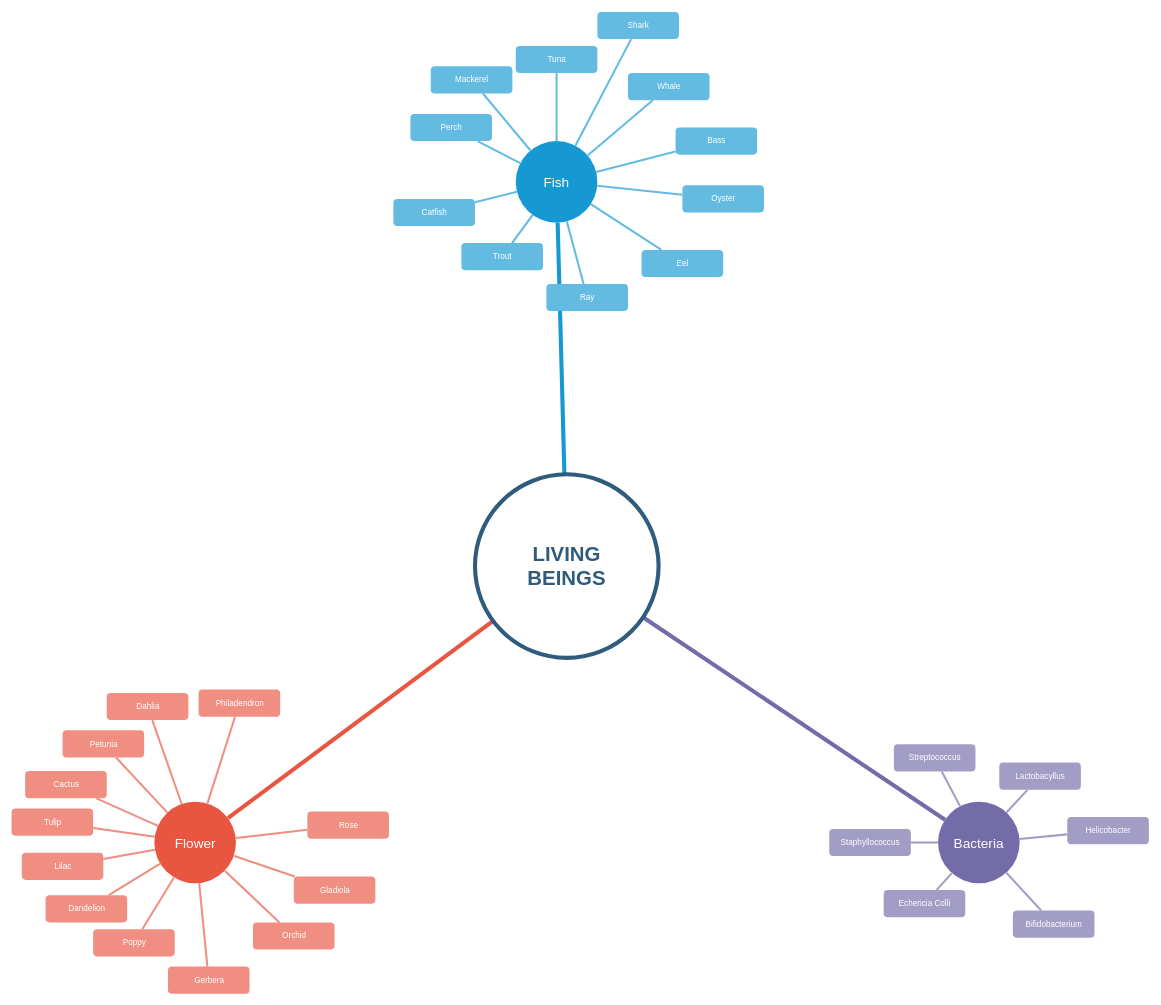
SebastianFGarcia/SebastianFGarcia keeps this draw.io diagram as Untitled Diagram.drawio. Above is the earlier version. Source tidied: cells renumbered, new cells numbered last; positions are measured from the earlier drawing's top-left corner, leaving out a move shared by most shapes. Both pictures are drawn from the tidied source at 68%, with x=0, y=0 at pixel (11, 12).
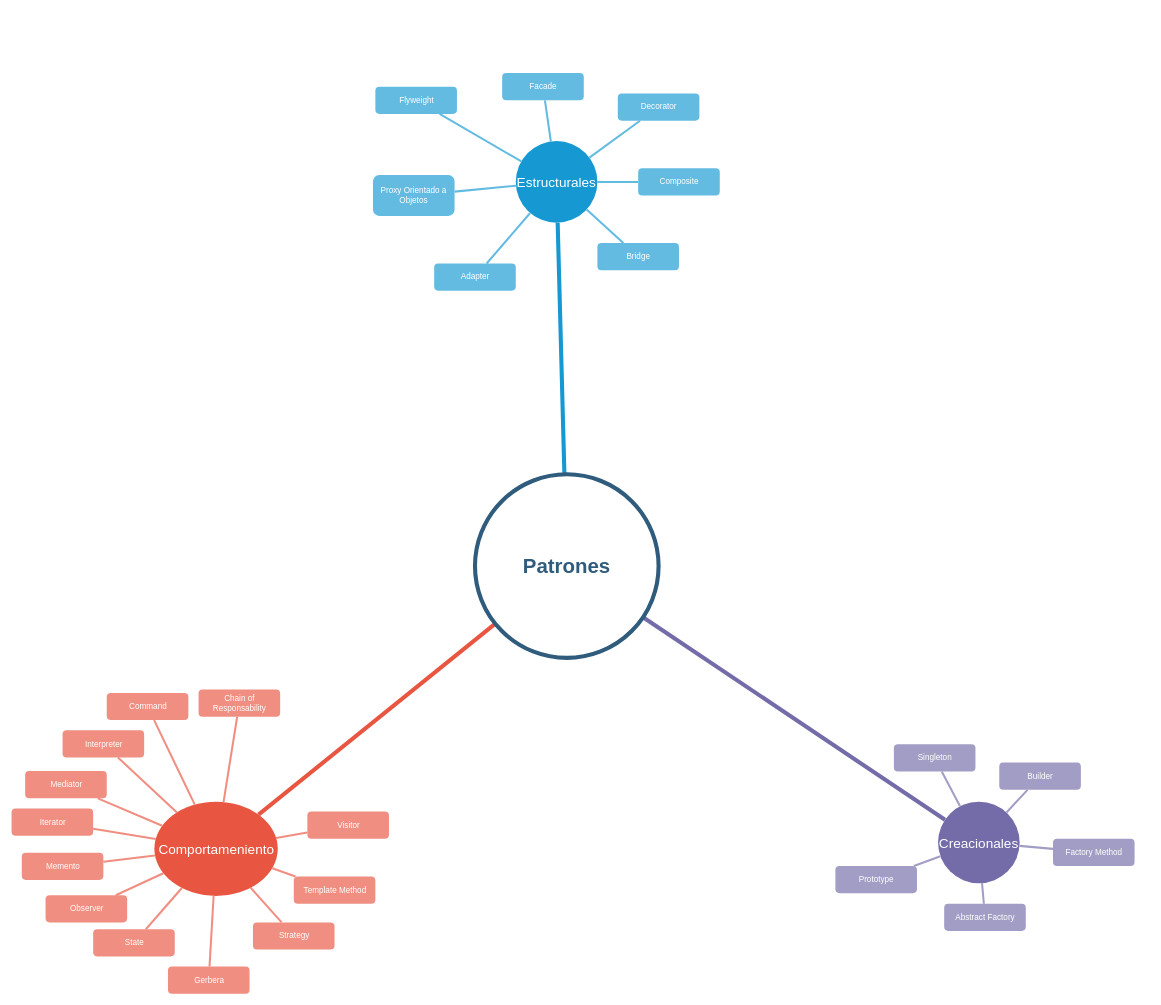
The same page after the edit.

Change to the diagram source:
```diff
@@
-    <mxCell id="2" value="Fish" style="ellipse;whiteSpace=wrap;html=1;shadow=0;fontFamily=Helvetica;fontSize=20;fontColor=#FFFFFF;align=center;strokeWidth=3;fillColor=#1699D3;strokeColor=none;" parent="1" vertex="1">
+    <mxCell id="2" value="Estructurales" style="ellipse;whiteSpace=wrap;html=1;shadow=0;fontFamily=Helvetica;fontSize=20;fontColor=#FFFFFF;align=center;strokeWidth=3;fillColor=#1699D3;strokeColor=none;" parent="1" vertex="1">
       <mxGeometry x="742" y="190" width="120" height="120" as="geometry" />
     </mxCell>
-    <mxCell id="3" value="Bacteria" style="ellipse;whiteSpace=wrap;html=1;shadow=0;fontFamily=Helvetica;fontSize=20;fontColor=#FFFFFF;align=center;strokeWidth=3;fillColor=#736ca8;strokeColor=none;" parent="1" vertex="1">
+    <mxCell id="3" value="Creacionales" style="ellipse;whiteSpace=wrap;html=1;shadow=0;fontFamily=Helvetica;fontSize=20;fontColor=#FFFFFF;align=center;strokeWidth=3;fillColor=#736ca8;strokeColor=none;" parent="1" vertex="1">
       <mxGeometry x="1363" y="1161.5" width="120" height="120" as="geometry" />
     </mxCell>
-    <mxCell id="4" value="Flower" style="ellipse;whiteSpace=wrap;html=1;shadow=0;fontFamily=Helvetica;fontSize=20;fontColor=#FFFFFF;align=center;strokeWidth=3;fillColor=#E85642;strokeColor=none;" parent="1" vertex="1">
-      <mxGeometry x="210.5" y="1161.5" width="120" height="120" as="geometry" />
+    <mxCell id="4" value="Comportameniento" style="ellipse;whiteSpace=wrap;html=1;shadow=0;fontFamily=Helvetica;fontSize=20;fontColor=#FFFFFF;align=center;strokeWidth=3;fillColor=#E85642;strokeColor=none;" parent="1" vertex="1">
+      <mxGeometry x="210.5" y="1161.5" width="181.5" height="138.5" as="geometry" />
     </mxCell>
@@
-    <mxCell id="8" value="Perch" style="rounded=1;fillColor=#64BBE2;strokeColor=none;strokeWidth=3;shadow=0;html=1;fontColor=#FFFFFF;" parent="1" vertex="1">
-      <mxGeometry x="587" y="150" width="120" height="40" as="geometry" />
-    </mxCell>
-    <mxCell id="9" value="Mackerel" style="rounded=1;fillColor=#64BBE2;strokeColor=none;strokeWidth=3;shadow=0;html=1;fontColor=#FFFFFF;" parent="1" vertex="1">
-      <mxGeometry x="617" y="80" width="120" height="40" as="geometry" />
-    </mxCell>
-    <mxCell id="10" value="Tuna" style="rounded=1;fillColor=#64BBE2;strokeColor=none;strokeWidth=3;shadow=0;html=1;fontColor=#FFFFFF;" parent="1" vertex="1">
-      <mxGeometry x="742" y="50" width="120" height="40" as="geometry" />
+    <mxCell id="10" value="Proxy Orientado a Objetos" style="rounded=1;fillColor=#64BBE2;strokeColor=none;strokeWidth=3;shadow=0;html=1;fontColor=#FFFFFF;imageAlign=center;whiteSpace=wrap;" parent="1" vertex="1">
+      <mxGeometry x="532" y="240" width="120" height="60" as="geometry" />
     </mxCell>
-    <mxCell id="11" value="Shark" style="rounded=1;fillColor=#64BBE2;strokeColor=none;strokeWidth=3;shadow=0;html=1;fontColor=#FFFFFF;" parent="1" vertex="1">
-      <mxGeometry x="862" width="120" height="40" as="geometry" />
+    <mxCell id="11" value="Flyweight" style="rounded=1;fillColor=#64BBE2;strokeColor=none;strokeWidth=3;shadow=0;html=1;fontColor=#FFFFFF;" parent="1" vertex="1">
+      <mxGeometry x="535.5" y="110" width="120" height="40" as="geometry" />
     </mxCell>
-    <mxCell id="12" value="Whale" style="rounded=1;fillColor=#64BBE2;strokeColor=none;strokeWidth=3;shadow=0;html=1;fontColor=#FFFFFF;" parent="1" vertex="1">
-      <mxGeometry x="907" y="90" width="120" height="40" as="geometry" />
+    <mxCell id="12" value="Facade" style="rounded=1;fillColor=#64BBE2;strokeColor=none;strokeWidth=3;shadow=0;html=1;fontColor=#FFFFFF;" parent="1" vertex="1">
+      <mxGeometry x="722" y="90" width="120" height="40" as="geometry" />
     </mxCell>
-    <mxCell id="13" value="Bass" style="rounded=1;fillColor=#64BBE2;strokeColor=none;strokeWidth=3;shadow=0;html=1;fontColor=#FFFFFF;" parent="1" vertex="1">
-      <mxGeometry x="977" y="170" width="120" height="40" as="geometry" />
+    <mxCell id="13" value="Decorator" style="rounded=1;fillColor=#64BBE2;strokeColor=none;strokeWidth=3;shadow=0;html=1;fontColor=#FFFFFF;" parent="1" vertex="1">
+      <mxGeometry x="892" y="120" width="120" height="40" as="geometry" />
     </mxCell>
-    <mxCell id="14" value="Eel" style="rounded=1;fillColor=#64BBE2;strokeColor=none;strokeWidth=3;shadow=0;html=1;fontColor=#FFFFFF;" parent="1" vertex="1">
-      <mxGeometry x="927" y="350" width="120" height="40" as="geometry" />
+    <mxCell id="14" value="Bridge" style="rounded=1;fillColor=#64BBE2;strokeColor=none;strokeWidth=3;shadow=0;html=1;fontColor=#FFFFFF;" parent="1" vertex="1">
+      <mxGeometry x="862" y="340" width="120" height="40" as="geometry" />
     </mxCell>
-    <mxCell id="15" value="Oyster" style="rounded=1;fillColor=#64BBE2;strokeColor=none;strokeWidth=3;shadow=0;html=1;fontColor=#FFFFFF;" parent="1" vertex="1">
-      <mxGeometry x="987" y="255" width="120" height="40" as="geometry" />
+    <mxCell id="15" value="Composite" style="rounded=1;fillColor=#64BBE2;strokeColor=none;strokeWidth=3;shadow=0;html=1;fontColor=#FFFFFF;" parent="1" vertex="1">
+      <mxGeometry x="922" y="230" width="120" height="40" as="geometry" />
     </mxCell>
-    <mxCell id="16" value="Ray" style="rounded=1;fillColor=#64BBE2;strokeColor=none;strokeWidth=3;shadow=0;html=1;fontColor=#FFFFFF;" parent="1" vertex="1">
-      <mxGeometry x="787" y="400" width="120" height="40" as="geometry" />
+    <mxCell id="16" value="Adapter" style="rounded=1;fillColor=#64BBE2;strokeColor=none;strokeWidth=3;shadow=0;html=1;fontColor=#FFFFFF;" parent="1" vertex="1">
+      <mxGeometry x="622" y="370" width="120" height="40" as="geometry" />
     </mxCell>
-    <mxCell id="17" value="Trout" style="rounded=1;fillColor=#64BBE2;strokeColor=none;strokeWidth=3;shadow=0;html=1;fontColor=#FFFFFF;" parent="1" vertex="1">
-      <mxGeometry x="662" y="340" width="120" height="40" as="geometry" />
-    </mxCell>
-    <mxCell id="18" value="Catfish" style="rounded=1;fillColor=#64BBE2;strokeColor=none;strokeWidth=3;shadow=0;html=1;fontColor=#FFFFFF;" parent="1" vertex="1">
-      <mxGeometry x="562" y="275" width="120" height="40" as="geometry" />
-    </mxCell>
-    <mxCell id="19" style="edgeStyle=none;endArrow=none;strokeWidth=3;strokeColor=#64BBE2;html=1;" parent="1" edge="1" source="2" target="8">
-      <mxGeometry x="-870" y="-410" as="geometry" />
-    </mxCell>
-    <mxCell id="20" style="edgeStyle=none;endArrow=none;strokeWidth=3;strokeColor=#64BBE2;html=1;" parent="1" edge="1" source="2" target="9">
-      <mxGeometry x="-870" y="-410" as="geometry" />
-    </mxCell>
@@
-    <mxCell id="28" style="edgeStyle=none;endArrow=none;strokeWidth=3;strokeColor=#64BBE2;html=1;" parent="1" edge="1" source="2" target="17">
-      <mxGeometry x="-870" y="-410" as="geometry" />
-    </mxCell>
-    <mxCell id="29" style="edgeStyle=none;endArrow=none;strokeWidth=3;strokeColor=#64BBE2;html=1;" parent="1" edge="1" source="2" target="18">
-      <mxGeometry x="-870" y="-410" as="geometry" />
-    </mxCell>
-    <mxCell id="30" value="Streptococcus" style="rounded=1;fillColor=#a29dc5;strokeColor=none;strokeWidth=3;shadow=0;html=1;fontColor=#FFFFFF;" parent="1" vertex="1">
+    <mxCell id="30" value="Singleton" style="rounded=1;fillColor=#a29dc5;strokeColor=none;strokeWidth=3;shadow=0;html=1;fontColor=#FFFFFF;" parent="1" vertex="1">
       <mxGeometry x="1298" y="1077" width="120" height="40" as="geometry" />
     </mxCell>
-    <mxCell id="31" value="Echericia Colli" style="rounded=1;fillColor=#a29dc5;strokeColor=none;strokeWidth=3;shadow=0;html=1;fontColor=#FFFFFF;" parent="1" vertex="1">
-      <mxGeometry x="1283" y="1291.5" width="120" height="40" as="geometry" />
+    <mxCell id="31" value="Abstract Factory" style="rounded=1;fillColor=#a29dc5;strokeColor=none;strokeWidth=3;shadow=0;html=1;fontColor=#FFFFFF;" parent="1" vertex="1">
+      <mxGeometry x="1372" y="1311.5" width="120" height="40" as="geometry" />
     </mxCell>
-    <mxCell id="32" value="Lactobacyllus" style="rounded=1;fillColor=#a29dc5;strokeColor=none;strokeWidth=3;shadow=0;html=1;fontColor=#FFFFFF;" parent="1" vertex="1">
+    <mxCell id="32" value="Builder" style="rounded=1;fillColor=#a29dc5;strokeColor=none;strokeWidth=3;shadow=0;html=1;fontColor=#FFFFFF;" parent="1" vertex="1">
       <mxGeometry x="1453" y="1104" width="120" height="40" as="geometry" />
     </mxCell>
-    <mxCell id="33" value="Helicobacter" style="rounded=1;fillColor=#a29dc5;strokeColor=none;strokeWidth=3;shadow=0;html=1;fontColor=#FFFFFF;" parent="1" vertex="1">
-      <mxGeometry x="1553" y="1184" width="120" height="40" as="geometry" />
-    </mxCell>
-    <mxCell id="34" value="Bifidobacterium" style="rounded=1;fillColor=#a29dc5;strokeColor=none;strokeWidth=3;shadow=0;html=1;fontColor=#FFFFFF;" parent="1" vertex="1">
-      <mxGeometry x="1473" y="1321.5" width="120" height="40" as="geometry" />
+    <mxCell id="34" value="Factory Method" style="rounded=1;fillColor=#a29dc5;strokeColor=none;strokeWidth=3;shadow=0;html=1;fontColor=#FFFFFF;" parent="1" vertex="1">
+      <mxGeometry x="1532" y="1216" width="120" height="40" as="geometry" />
     </mxCell>
-    <mxCell id="35" value="Staphyllococcus" style="rounded=1;fillColor=#a29dc5;strokeColor=none;strokeWidth=3;shadow=0;html=1;fontColor=#FFFFFF;" parent="1" vertex="1">
-      <mxGeometry x="1203" y="1201.5" width="120" height="40" as="geometry" />
+    <mxCell id="35" value="Prototype" style="rounded=1;fillColor=#a29dc5;strokeColor=none;strokeWidth=3;shadow=0;html=1;fontColor=#FFFFFF;" parent="1" vertex="1">
+      <mxGeometry x="1212" y="1256" width="120" height="40" as="geometry" />
     </mxCell>
-    <mxCell id="36" style="edgeStyle=none;endArrow=none;strokeWidth=3;strokeColor=#A29DC5;html=1;" parent="1" edge="1" source="3" target="33">
-      <mxGeometry x="251" y="-103.5" as="geometry" />
-    </mxCell>
@@
-    <mxCell id="41" value="Philadendron" style="rounded=1;fillColor=#f08e81;strokeColor=none;strokeWidth=3;shadow=0;html=1;fontColor=#FFFFFF;" parent="1" vertex="1">
+    <mxCell id="41" value="Chain of Responsability" style="rounded=1;fillColor=#f08e81;strokeColor=none;strokeWidth=3;shadow=0;html=1;fontColor=#FFFFFF;whiteSpace=wrap;" parent="1" vertex="1">
       <mxGeometry x="275.5" y="996.5" width="120" height="40" as="geometry" />
     </mxCell>
-    <mxCell id="42" value="Dahlia" style="rounded=1;fillColor=#f08e81;strokeColor=none;strokeWidth=3;shadow=0;html=1;fontColor=#FFFFFF;" parent="1" vertex="1">
+    <mxCell id="42" value="Command" style="rounded=1;fillColor=#f08e81;strokeColor=none;strokeWidth=3;shadow=0;html=1;fontColor=#FFFFFF;" parent="1" vertex="1">
       <mxGeometry x="140.5" y="1001.5" width="120" height="40" as="geometry" />
     </mxCell>
-    <mxCell id="43" value="Petunia" style="rounded=1;fillColor=#f08e81;strokeColor=none;strokeWidth=3;shadow=0;html=1;fontColor=#FFFFFF;" parent="1" vertex="1">
+    <mxCell id="43" value="Interpreter" style="rounded=1;fillColor=#f08e81;strokeColor=none;strokeWidth=3;shadow=0;html=1;fontColor=#FFFFFF;" parent="1" vertex="1">
       <mxGeometry x="75.5" y="1056.5" width="120" height="40" as="geometry" />
     </mxCell>
-    <mxCell id="44" value="Cactus" style="rounded=1;fillColor=#f08e81;strokeColor=none;strokeWidth=3;shadow=0;html=1;fontColor=#FFFFFF;" parent="1" vertex="1">
+    <mxCell id="44" value="Mediator" style="rounded=1;fillColor=#f08e81;strokeColor=none;strokeWidth=3;shadow=0;html=1;fontColor=#FFFFFF;" parent="1" vertex="1">
       <mxGeometry x="20.5" y="1116.5" width="120" height="40" as="geometry" />
     </mxCell>
-    <mxCell id="45" value="Tulip" style="rounded=1;fillColor=#f08e81;strokeColor=none;strokeWidth=3;shadow=0;html=1;fontColor=#FFFFFF;" parent="1" vertex="1">
+    <mxCell id="45" value="Iterator" style="rounded=1;fillColor=#f08e81;strokeColor=none;strokeWidth=3;shadow=0;html=1;fontColor=#FFFFFF;" parent="1" vertex="1">
       <mxGeometry x="0.5" y="1171.5" width="120" height="40" as="geometry" />
     </mxCell>
-    <mxCell id="46" value="Lilac" style="rounded=1;fillColor=#f08e81;strokeColor=none;strokeWidth=3;shadow=0;html=1;fontColor=#FFFFFF;" parent="1" vertex="1">
+    <mxCell id="46" value="Memento" style="rounded=1;fillColor=#f08e81;strokeColor=none;strokeWidth=3;shadow=0;html=1;fontColor=#FFFFFF;" parent="1" vertex="1">
       <mxGeometry x="15.5" y="1236.5" width="120" height="40" as="geometry" />
     </mxCell>
-    <mxCell id="47" value="Dandelion" style="rounded=1;fillColor=#f08e81;strokeColor=none;strokeWidth=3;shadow=0;html=1;fontColor=#FFFFFF;" parent="1" vertex="1">
+    <mxCell id="47" value="Observer" style="rounded=1;fillColor=#f08e81;strokeColor=none;strokeWidth=3;shadow=0;html=1;fontColor=#FFFFFF;" parent="1" vertex="1">
       <mxGeometry x="50.5" y="1299" width="120" height="40" as="geometry" />
     </mxCell>
-    <mxCell id="48" value="Poppy" style="rounded=1;fillColor=#f08e81;strokeColor=none;strokeWidth=3;shadow=0;html=1;fontColor=#FFFFFF;" parent="1" vertex="1">
+    <mxCell id="48" value="State" style="rounded=1;fillColor=#f08e81;strokeColor=none;strokeWidth=3;shadow=0;html=1;fontColor=#FFFFFF;" parent="1" vertex="1">
       <mxGeometry x="120.5" y="1349" width="120" height="40" as="geometry" />
     </mxCell>
@@
-    <mxCell id="50" value="Orchid" style="rounded=1;fillColor=#f08e81;strokeColor=none;strokeWidth=3;shadow=0;html=1;fontColor=#FFFFFF;" parent="1" vertex="1">
+    <mxCell id="50" value="Strategy" style="rounded=1;fillColor=#f08e81;strokeColor=none;strokeWidth=3;shadow=0;html=1;fontColor=#FFFFFF;" parent="1" vertex="1">
       <mxGeometry x="355.5" y="1339" width="120" height="40" as="geometry" />
     </mxCell>
-    <mxCell id="51" value="Gladiola" style="rounded=1;fillColor=#f08e81;strokeColor=none;strokeWidth=3;shadow=0;html=1;fontColor=#FFFFFF;" parent="1" vertex="1">
+    <mxCell id="51" value="Template Method" style="rounded=1;fillColor=#f08e81;strokeColor=none;strokeWidth=3;shadow=0;html=1;fontColor=#FFFFFF;" parent="1" vertex="1">
       <mxGeometry x="415.5" y="1271.5" width="120" height="40" as="geometry" />
     </mxCell>
-    <mxCell id="52" value="Rose" style="rounded=1;fillColor=#f08e81;strokeColor=none;strokeWidth=3;shadow=0;html=1;fontColor=#FFFFFF;" parent="1" vertex="1">
+    <mxCell id="52" value="Visitor" style="rounded=1;fillColor=#f08e81;strokeColor=none;strokeWidth=3;shadow=0;html=1;fontColor=#FFFFFF;" parent="1" vertex="1">
       <mxGeometry x="435.5" y="1176" width="120" height="40" as="geometry" />
     </mxCell>
@@
-    <mxCell id="65" value="&lt;font style=&quot;font-size: 30px;&quot;&gt;LIVING&lt;br&gt;BEINGS&lt;/font&gt;&lt;br&gt;" style="ellipse;whiteSpace=wrap;html=1;shadow=0;fontFamily=Helvetica;fontSize=30;fontColor=#2F5B7C;align=center;strokeColor=#2F5B7C;strokeWidth=6;fillColor=#FFFFFF;fontStyle=1;gradientColor=none;" parent="1" vertex="1">
+    <mxCell id="65" value="Patrones" style="ellipse;whiteSpace=wrap;html=1;shadow=0;fontFamily=Helvetica;fontSize=30;fontColor=#2F5B7C;align=center;strokeColor=#2F5B7C;strokeWidth=6;fillColor=#FFFFFF;fontStyle=1;gradientColor=none;" parent="1" vertex="1">
       <mxGeometry x="682" y="680" width="270" height="270" as="geometry" />
     </mxCell>
```
